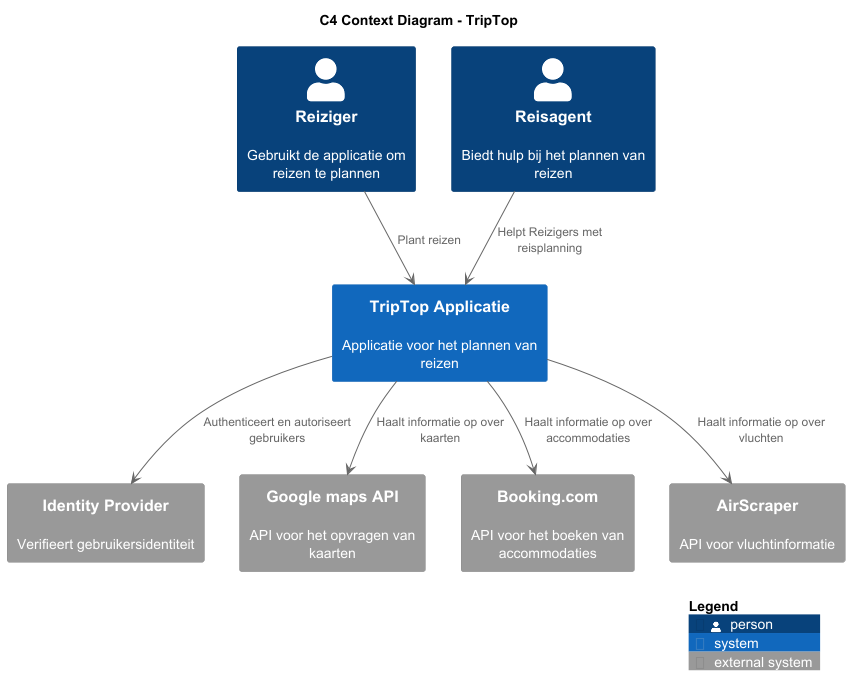
This is C4_diagrammen/context-diagram-triptop.png from AIM-ENE-feb25/triptop-groep-b4, a PlantUML export, as it was before one commit. The source it was exported from:
```plantuml
@startuml
!include https://raw.githubusercontent.com/plantuml-stdlib/C4-PlantUML/master/C4_Context.puml
!include <C4/C4_Container>

title C4 Context Diagram - TripTop

AddElementTag("true")

Person(Reiziger, "Reiziger", "Gebruikt de applicatie om reizen te plannen")
Person(ReisAgent, "Reisagent", "Biedt hulp bij het plannen van reizen")

System(TripTop, "TripTop Applicatie", "Applicatie voor het plannen van reizen")

System_Ext(IdentityProvider, "Identity Provider", "Verifieert gebruikersidentiteit")
System_Ext(Google_maps_api, "Google maps API", "API voor het opvragen van kaarten")
System_Ext(Booking, "Booking.com", "API voor het boeken van accommodaties")
System_Ext(AirScraper, "AirScraper", "API voor vluchtinformatie")

Reiziger --> TripTop : "Plant reizen"
ReisAgent --> TripTop : "Helpt Reizigers met reisplanning"

TripTop --> IdentityProvider : "Authenticeert en autoriseert gebruikers"
TripTop --> Google_maps_api : "Haalt informatie op over kaarten"
TripTop --> Booking : "Haalt informatie op over accommodaties"
TripTop --> AirScraper : "Haalt informatie op over vluchten"

SHOW_LEGEND(true)
@enduml
```
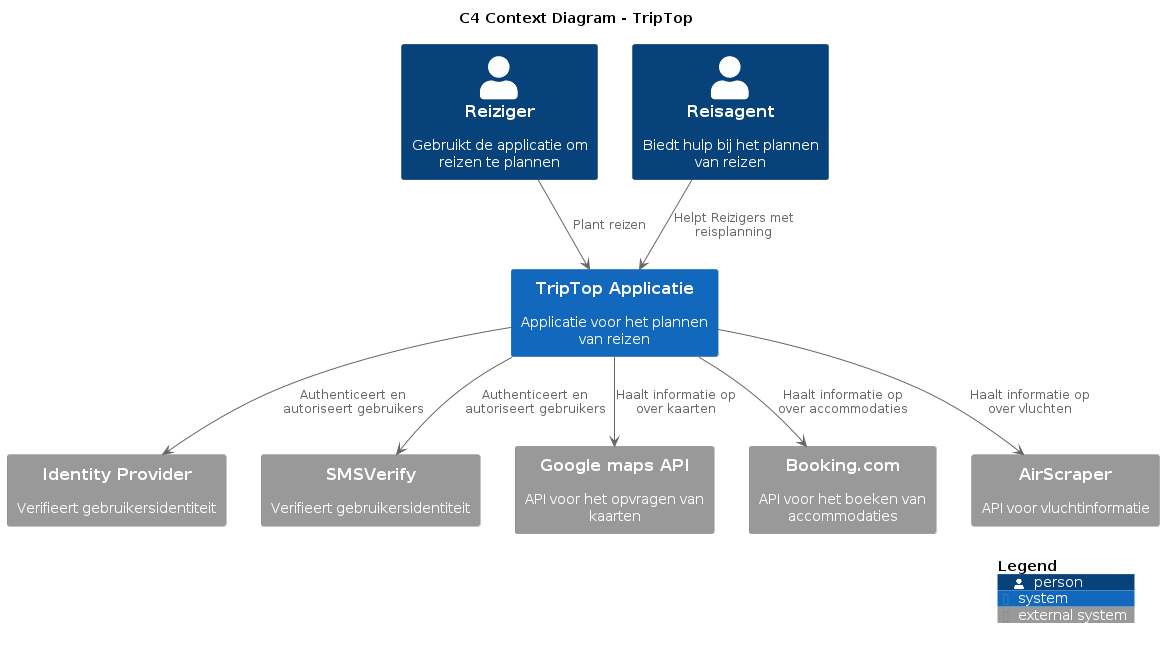
After the commit.

Change to the diagram source:
```diff
@@ -12,6 +12,7 @@
 System(TripTop, "TripTop Applicatie", "Applicatie voor het plannen van reizen")
 
 System_Ext(IdentityProvider, "Identity Provider", "Verifieert gebruikersidentiteit")
+System_Ext(SMSVerify, "SMSVerify", "Verifieert gebruikersidentiteit")
 System_Ext(Google_maps_api, "Google maps API", "API voor het opvragen van kaarten")
 System_Ext(Booking, "Booking.com", "API voor het boeken van accommodaties")
 System_Ext(AirScraper, "AirScraper", "API voor vluchtinformatie")
@@ -20,6 +21,7 @@
 ReisAgent --> TripTop : "Helpt Reizigers met reisplanning"
 
 TripTop --> IdentityProvider : "Authenticeert en autoriseert gebruikers"
+TripTop --> SMSVerify : "Authenticeert en autoriseert gebruikers"
 TripTop --> Google_maps_api : "Haalt informatie op over kaarten"
 TripTop --> Booking : "Haalt informatie op over accommodaties"
 TripTop --> AirScraper : "Haalt informatie op over vluchten"
```
